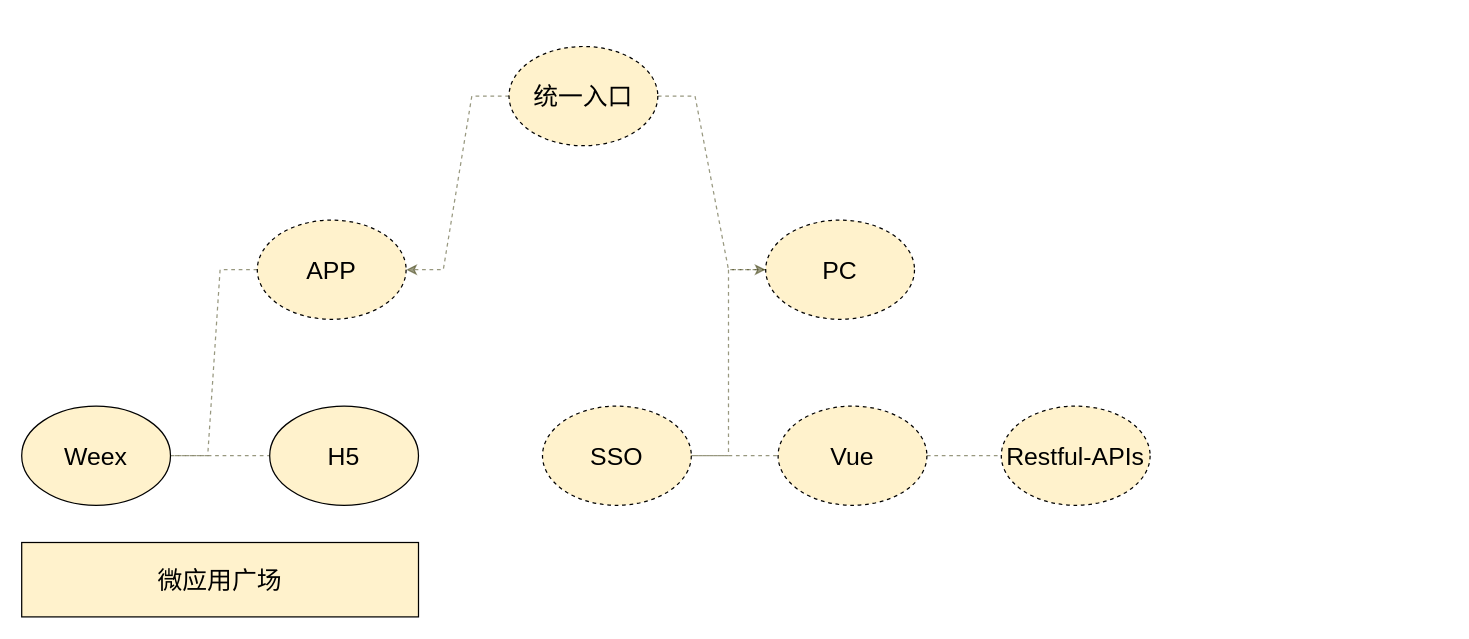
Earlier version of the draw.io diagram page "第 26 页" (22 of 23) of MQ服务.drawio (chinadragonsjz/project). Source tidied: cells renumbered, new cells numbered last; positions are measured from the earlier drawing's top-left corner, leaving out a move shared by most shapes. Both pictures are drawn from the tidied source at 124%, with x=0, y=0 at pixel (21, 46).
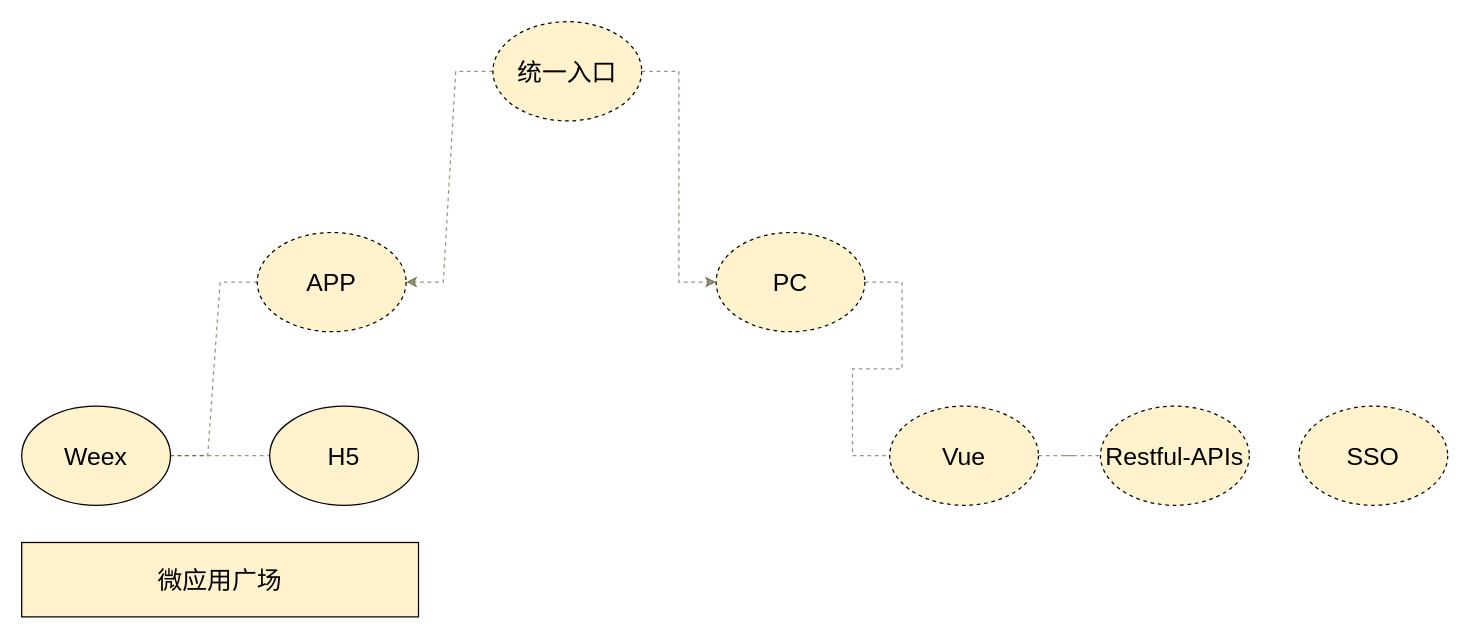
The same diagram, later.

What changed in the source:
```diff
@@
 <mxGraphModel>
   <root>
     <mxCell id="0" />
     <mxCell id="1" parent="0" />
     <mxCell id="2" style="edgeStyle=entityRelationEdgeStyle;rounded=0;jettySize=auto;html=1;dashed=1;strokeColor=#333300;fontSize=20;opacity=50;" parent="1" edge="1" source="4" target="11">
       <mxGeometry relative="1" as="geometry" />
     </mxCell>
     <mxCell id="3" style="edgeStyle=entityRelationEdgeStyle;rounded=0;jettySize=auto;html=1;dashed=1;strokeColor=#333300;fontSize=20;opacity=50;" parent="1" edge="1" source="4" target="6">
       <mxGeometry relative="1" as="geometry" />
     </mxCell>
     <mxCell id="4" value="统一入口" style="ellipse;whiteSpace=wrap;html=1;dashed=1;strokeWidth=1;fillColor=#FFF2CC;fontSize=20;align=center;" parent="1" vertex="1">
-      <mxGeometry x="393" width="120" height="80" as="geometry" />
+      <mxGeometry x="380" y="-20" width="120" height="80" as="geometry" />
     </mxCell>
     <mxCell id="5" style="edgeStyle=entityRelationEdgeStyle;rounded=0;jettySize=auto;html=1;dashed=1;strokeColor=#333300;fontSize=20;opacity=50;endArrow=none;endFill=0;" parent="1" edge="1" source="6" target="8">
       <mxGeometry relative="1" as="geometry" />
     </mxCell>
     <mxCell id="6" value="APP" style="ellipse;whiteSpace=wrap;html=1;dashed=1;strokeWidth=1;fillColor=#FFF2CC;fontSize=20;align=center;" parent="1" vertex="1">
-      <mxGeometry x="190" y="140" width="120" height="80" as="geometry" />
+      <mxGeometry x="190" y="150" width="120" height="80" as="geometry" />
     </mxCell>
     <mxCell id="7" style="edgeStyle=entityRelationEdgeStyle;rounded=0;jettySize=auto;html=1;dashed=1;strokeColor=#333300;fontSize=20;opacity=50;endArrow=none;endFill=0;" parent="1" edge="1" source="8" target="9">
       <mxGeometry relative="1" as="geometry" />
     </mxCell>
     <mxCell id="8" value="Weex" style="ellipse;whiteSpace=wrap;html=1;strokeWidth=1;fillColor=#FFF2CC;fontSize=20;align=center;" parent="1" vertex="1">
       <mxGeometry y="290" width="120" height="80" as="geometry" />
     </mxCell>
     <mxCell id="9" value="H5" style="ellipse;whiteSpace=wrap;html=1;strokeWidth=1;fillColor=#FFF2CC;fontSize=20;align=center;" parent="1" vertex="1">
       <mxGeometry x="200" y="290" width="120" height="80" as="geometry" />
     </mxCell>
-    <mxCell id="10" style="edgeStyle=entityRelationEdgeStyle;rounded=0;jettySize=auto;html=1;dashed=1;endArrow=none;endFill=0;strokeColor=#333300;fontSize=20;opacity=50;" parent="1" edge="1" source="11" target="16">
+    <mxCell id="10" style="edgeStyle=entityRelationEdgeStyle;rounded=0;jettySize=auto;html=1;dashed=1;endArrow=none;endFill=0;strokeColor=#333300;fontSize=20;opacity=50;entryX=0;entryY=0.5;entryDx=0;entryDy=0;" parent="1" edge="1" source="11" target="13">
       <mxGeometry relative="1" as="geometry" />
     </mxCell>
     <mxCell id="11" value="PC" style="ellipse;whiteSpace=wrap;html=1;dashed=1;strokeWidth=1;fillColor=#FFF2CC;fontSize=20;align=center;" parent="1" vertex="1">
-      <mxGeometry x="600" y="140" width="120" height="80" as="geometry" />
+      <mxGeometry x="560" y="150" width="120" height="80" as="geometry" />
     </mxCell>
     <mxCell id="12" style="edgeStyle=entityRelationEdgeStyle;rounded=0;jettySize=auto;html=1;dashed=1;endArrow=none;endFill=0;strokeColor=#333300;fontSize=20;opacity=50;" parent="1" edge="1" source="13" target="14">
       <mxGeometry relative="1" as="geometry" />
     </mxCell>
     <mxCell id="13" value="Vue" style="ellipse;whiteSpace=wrap;html=1;dashed=1;strokeWidth=1;fillColor=#FFF2CC;fontSize=20;align=center;" parent="1" vertex="1">
-      <mxGeometry x="610" y="290" width="120" height="80" as="geometry" />
+      <mxGeometry x="700" y="290" width="120" height="80" as="geometry" />
     </mxCell>
     <mxCell id="14" value="Restful-APIs" style="ellipse;whiteSpace=wrap;html=1;dashed=1;strokeWidth=1;fillColor=#FFF2CC;fontSize=20;align=center;" parent="1" vertex="1">
-      <mxGeometry x="790" y="290" width="120" height="80" as="geometry" />
+      <mxGeometry x="870" y="290" width="120" height="80" as="geometry" />
     </mxCell>
-    <mxCell id="15" style="edgeStyle=entityRelationEdgeStyle;rounded=0;jettySize=auto;html=1;dashed=1;endArrow=none;endFill=0;strokeColor=#333300;fontSize=20;opacity=50;entryX=0;entryY=0.5;entryDx=0;entryDy=0;" parent="1" edge="1" source="16" target="13">
-      <mxGeometry relative="1" as="geometry" />
-    </mxCell>
     <mxCell id="16" value="SSO" style="ellipse;whiteSpace=wrap;html=1;dashed=1;strokeWidth=1;fillColor=#FFF2CC;fontSize=20;align=center;" parent="1" vertex="1">
-      <mxGeometry x="420" y="290" width="120" height="80" as="geometry" />
+      <mxGeometry x="1030" y="290" width="120" height="80" as="geometry" />
     </mxCell>
     <mxCell id="17" value="微应用广场" style="rounded=0;whiteSpace=wrap;html=1;strokeWidth=1;fillColor=#FFF2CC;fontSize=20;align=center;" parent="1" vertex="1">
       <mxGeometry y="400" width="320" height="60" as="geometry" />
     </mxCell>
   </root>
 </mxGraphModel>
```
